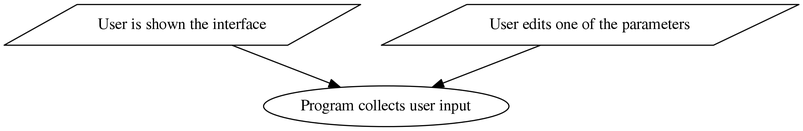
mondoman712/OrbSim keeps this Graphviz diagram as doc/img/flow.png. Above is the earlier version. Its source is kept beside it as doc/img/flow.dot. Source of this version:
```dot
digraph flowchart {
	graph [autosize=false, size="25.7,8.3!", resolution=100];
	a [shape=parallelogram,label="User is shown the interface"];
	b [shape=parallelogram,label="User edits one of the parameters"];
	c [label="Program collects user input"];


	a -> c;
	b -> c;
}
```
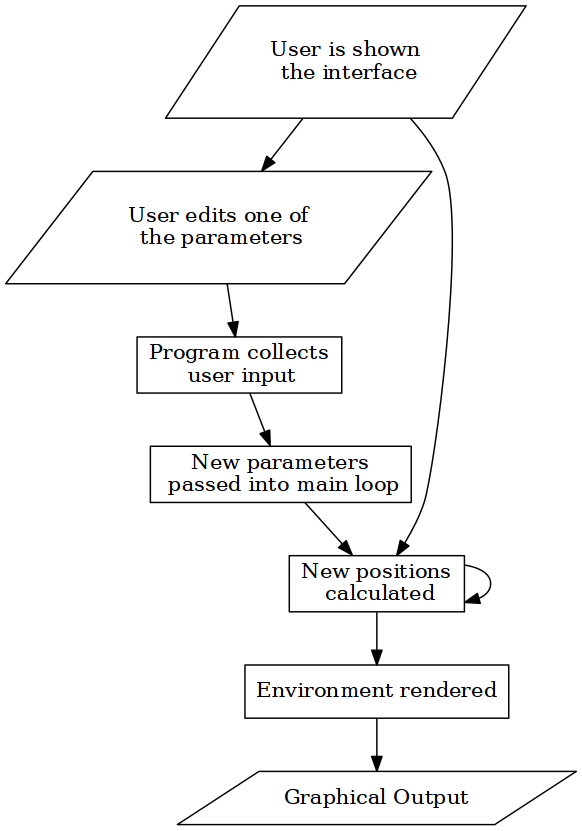
Above is the later version.

Change to the diagram source:
```diff
@@ -1,10 +1,13 @@
 digraph flowchart {
-	graph [autosize=false, size="25.7,8.3!", resolution=100];
-	a [shape=parallelogram,label="User is shown the interface"];
-	b [shape=parallelogram,label="User edits one of the parameters"];
-	c [label="Program collects user input"];
+	graph [autosize=false, size="7.3,8.3!", resolution=100];
+	a [shape=parallelogram,label="User is shown\n the interface"];
+	b [shape=parallelogram,label="User edits one of\n the parameters"];
+	c [shape=box,label="Program collects\n user input"];
+	d [shape=box,label="New parameters\n passed into main loop"];
+	e [shape=box,label="New positions\n calculated"];
+	f [shape=box,label="Environment rendered"];
+	g [shape=parallelogram,label="Graphical Output"];
 
-
-	a -> c;
-	b -> c;
+	a -> b -> c -> d -> e -> f -> g;
+	a -> e -> e;
 }
```
